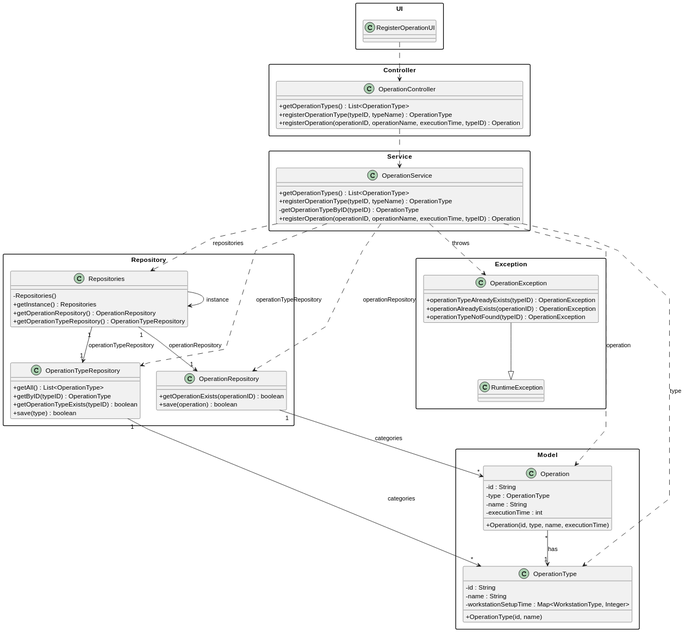
Before: documentation/user-stories/us022/03.design/svg/us022-class-diagram.svg, a diagram exported from PlantUML (daniel41silva05/Production_Control_Industrial_ISEP).
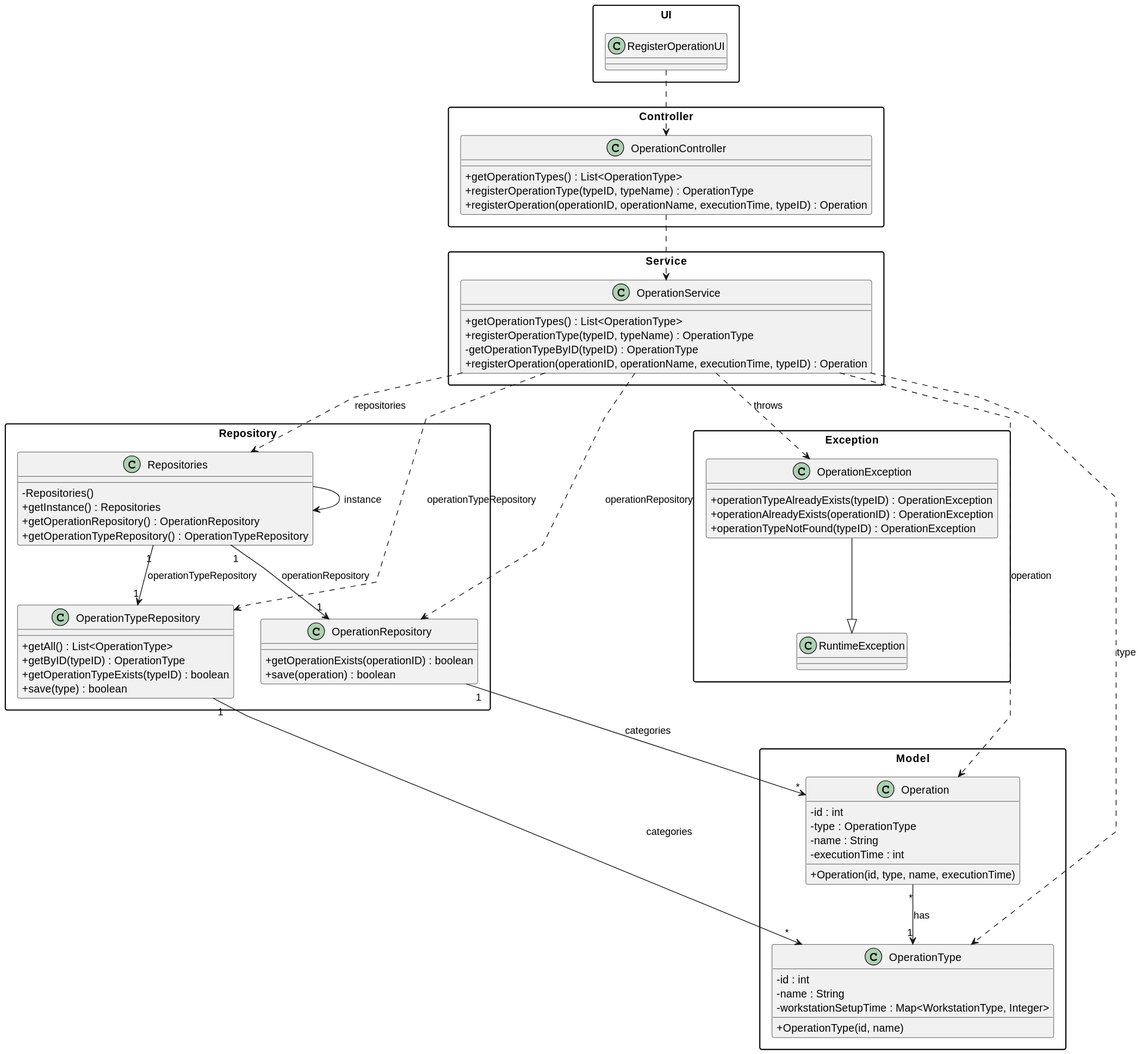
The same file after the commit.

Change to the diagram source:
```diff
@@ -49,7 +49,7 @@
 
 package "Model" {
     class Operation {
-        -id : String
+        -id : int
         -type : OperationType
         -name : String
         -executionTime : int
@@ -57,7 +57,7 @@
     }
 
     class OperationType {
-        -id : String
+        -id : int
         -name : String
         -workstationSetupTime : Map<WorkstationType, Integer>
         +OperationType(id, name)
```
